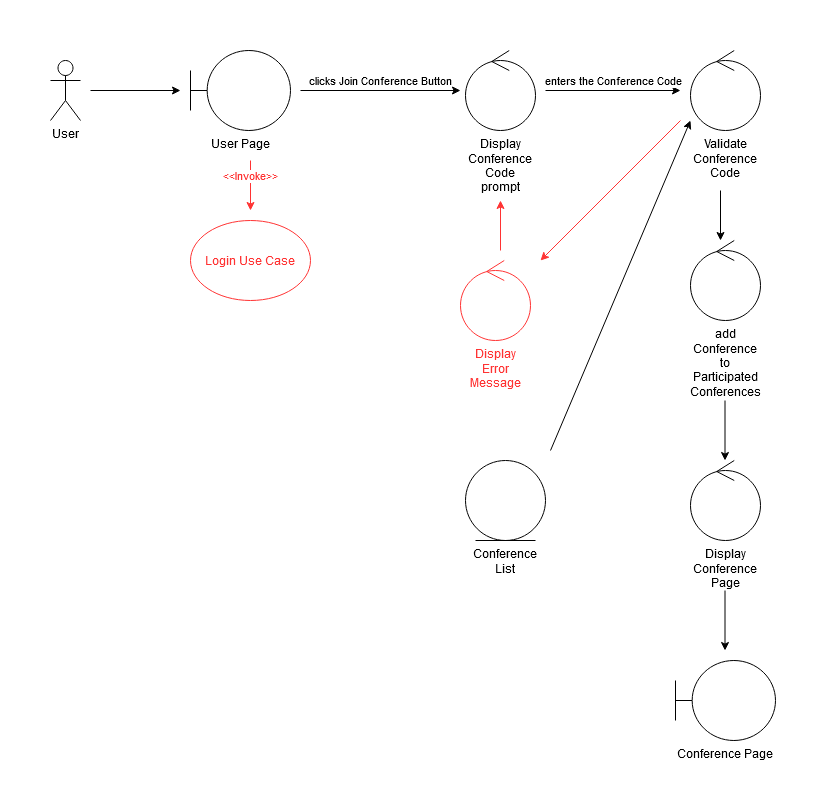
Johnfsaad/AIRoO keeps this draw.io diagram as Phase 2/Join Conference Use Case.png. Above is the earlier version. Source tidied: cells renumbered, new cells last; positions are measured from the earlier drawing's top-left corner, leaving out a move shared by most shapes.
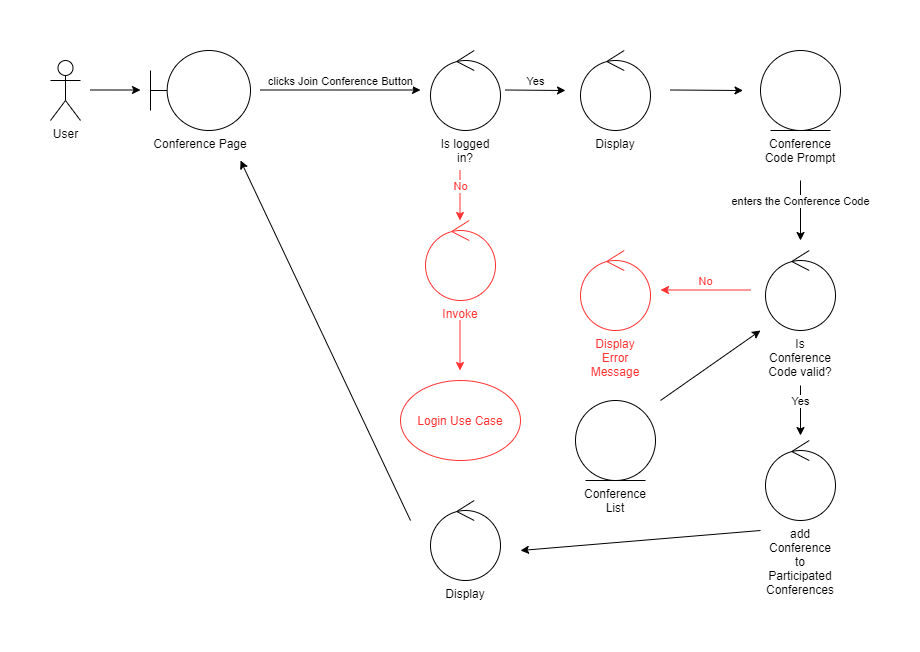
Later version of the same file.

Commit message:
Updated Join Conference Use Case

What changed in the source:
```diff
@@ -3,94 +3,112 @@
     <mxCell id="0" />
     <mxCell id="1" parent="0" />
     <mxCell id="2" value="&lt;div&gt;User&lt;/div&gt;" style="shape=umlActor;verticalLabelPosition=bottom;labelBackgroundColor=#ffffff;verticalAlign=top;html=1;" parent="1" vertex="1">
-      <mxGeometry y="10" width="30" height="60" as="geometry" />
+      <mxGeometry x="-40" y="10" width="30" height="60" as="geometry" />
     </mxCell>
     <mxCell id="3" value="&lt;div&gt;&lt;br&gt;&lt;/div&gt;" style="endArrow=classic;html=1;labelPosition=center;verticalLabelPosition=top;align=center;verticalAlign=bottom;" parent="1" edge="1">
       <mxGeometry relative="1" as="geometry">
-        <mxPoint x="40" y="40" as="sourcePoint" />
-        <mxPoint x="130" y="40" as="targetPoint" />
+        <mxPoint y="39.5" as="sourcePoint" />
+        <mxPoint x="50" y="39.5" as="targetPoint" />
       </mxGeometry>
     </mxCell>
-    <mxCell id="4" value="User Page" style="shape=umlBoundary;whiteSpace=wrap;html=1;labelPosition=center;verticalLabelPosition=bottom;align=center;verticalAlign=top;" parent="1" vertex="1">
-      <mxGeometry x="140" width="100" height="80" as="geometry" />
+    <mxCell id="4" value="Conference Page" style="shape=umlBoundary;whiteSpace=wrap;html=1;labelPosition=center;verticalLabelPosition=bottom;align=center;verticalAlign=top;" parent="1" vertex="1">
+      <mxGeometry x="60" width="100" height="80" as="geometry" />
     </mxCell>
     <mxCell id="5" value="clicks Join Conference Button" style="endArrow=classic;html=1;labelPosition=center;verticalLabelPosition=top;align=center;verticalAlign=bottom;" parent="1" edge="1">
       <mxGeometry relative="1" as="geometry">
-        <mxPoint x="250" y="40" as="sourcePoint" />
-        <mxPoint x="410" y="40" as="targetPoint" />
+        <mxPoint x="170" y="39.5" as="sourcePoint" />
+        <mxPoint x="330" y="39.5" as="targetPoint" />
       </mxGeometry>
     </mxCell>
-    <mxCell id="6" value="enters the Conference Code" style="endArrow=classic;html=1;labelPosition=center;verticalLabelPosition=top;align=center;verticalAlign=bottom;" parent="1" edge="1">
+    <mxCell id="6" style="endArrow=classic;html=1;labelPosition=center;verticalLabelPosition=top;align=center;verticalAlign=bottom;" parent="1" edge="1">
       <mxGeometry relative="1" as="geometry">
-        <mxPoint x="495" y="40" as="sourcePoint" />
-        <mxPoint x="630" y="40" as="targetPoint" />
+        <mxPoint x="580" y="39.5" as="sourcePoint" />
+        <mxPoint x="652.5" y="40" as="targetPoint" />
       </mxGeometry>
     </mxCell>
-    <mxCell id="7" value="Display Conference Code prompt" style="ellipse;shape=umlControl;whiteSpace=wrap;html=1;labelPosition=center;verticalLabelPosition=bottom;align=center;verticalAlign=top;" parent="1" vertex="1">
-      <mxGeometry x="415" width="70" height="80" as="geometry" />
+    <mxCell id="7" value="Display" style="ellipse;shape=umlControl;whiteSpace=wrap;html=1;labelPosition=center;verticalLabelPosition=bottom;align=center;verticalAlign=top;" parent="1" vertex="1">
+      <mxGeometry x="490" width="70" height="80" as="geometry" />
     </mxCell>
-    <mxCell id="8" value="Conference Page" style="shape=umlBoundary;whiteSpace=wrap;html=1;labelPosition=center;verticalLabelPosition=bottom;align=center;verticalAlign=top;" parent="1" vertex="1">
-      <mxGeometry x="625" y="610" width="100" height="80" as="geometry" />
-    </mxCell>
     <mxCell id="9" style="endArrow=classic;html=1;labelPosition=center;verticalLabelPosition=top;align=center;verticalAlign=bottom;" parent="1" edge="1">
       <mxGeometry relative="1" as="geometry">
-        <mxPoint x="674.5" y="540" as="sourcePoint" />
-        <mxPoint x="674.5" y="600" as="targetPoint" />
+        <mxPoint x="320" y="470" as="sourcePoint" />
+        <mxPoint x="150" y="110" as="targetPoint" />
       </mxGeometry>
     </mxCell>
-    <mxCell id="10" value="Validate Conference Code" style="ellipse;shape=umlControl;whiteSpace=wrap;html=1;labelPosition=center;verticalLabelPosition=bottom;align=center;verticalAlign=top;" parent="1" vertex="1">
-      <mxGeometry x="640" width="70" height="80" as="geometry" />
+    <mxCell id="10" value="Is Conference Code valid?" style="ellipse;shape=umlControl;whiteSpace=wrap;html=1;labelPosition=center;verticalLabelPosition=bottom;align=center;verticalAlign=top;" parent="1" vertex="1">
+      <mxGeometry x="675" y="200" width="70" height="80" as="geometry" />
     </mxCell>
     <mxCell id="11" value="Conference List" style="ellipse;shape=umlEntity;whiteSpace=wrap;html=1;labelPosition=center;verticalLabelPosition=bottom;align=center;verticalAlign=top;" parent="1" vertex="1">
-      <mxGeometry x="415" y="410" width="80" height="80" as="geometry" />
+      <mxGeometry x="485" y="350" width="80" height="80" as="geometry" />
     </mxCell>
     <mxCell id="12" style="endArrow=classic;html=1;labelPosition=center;verticalLabelPosition=top;align=center;verticalAlign=bottom;" parent="1" edge="1">
       <mxGeometry relative="1" as="geometry">
-        <mxPoint x="500" y="400" as="sourcePoint" />
-        <mxPoint x="640" y="70" as="targetPoint" />
+        <mxPoint x="570" y="350" as="sourcePoint" />
+        <mxPoint x="670" y="280" as="targetPoint" />
       </mxGeometry>
     </mxCell>
-    <mxCell id="13" style="endArrow=classic;html=1;labelPosition=center;verticalLabelPosition=top;align=center;verticalAlign=bottom;strokeColor=#FF3333;" parent="1" edge="1">
-      <mxGeometry relative="1" as="geometry">
-        <mxPoint x="630" y="70" as="sourcePoint" />
-        <mxPoint x="490" y="210" as="targetPoint" />
-      </mxGeometry>
-    </mxCell>
     <mxCell id="14" value="Display Error Message" style="ellipse;shape=umlControl;whiteSpace=wrap;html=1;labelPosition=center;verticalLabelPosition=bottom;align=center;verticalAlign=top;labelBorderColor=none;strokeColor=#FF3333;fontColor=#FF3333;" parent="1" vertex="1">
-      <mxGeometry x="410" y="210" width="70" height="80" as="geometry" />
+      <mxGeometry x="490" y="200" width="70" height="80" as="geometry" />
     </mxCell>
-    <mxCell id="15" style="endArrow=classic;html=1;labelPosition=center;verticalLabelPosition=top;align=center;verticalAlign=bottom;strokeColor=#FF3333;" parent="1" edge="1">
+    <mxCell id="15" value="&lt;font color=&quot;#ff3333&quot;&gt;No&lt;/font&gt;" style="endArrow=classic;html=1;labelPosition=center;verticalLabelPosition=top;align=center;verticalAlign=bottom;strokeColor=#FF3333;" parent="1" edge="1">
       <mxGeometry relative="1" as="geometry">
-        <mxPoint x="450" y="200" as="sourcePoint" />
-        <mxPoint x="450" y="150" as="targetPoint" />
+        <mxPoint x="660" y="239.5" as="sourcePoint" />
+        <mxPoint x="570" y="239.5" as="targetPoint" />
       </mxGeometry>
     </mxCell>
-    <mxCell id="16" style="endArrow=classic;html=1;labelPosition=center;verticalLabelPosition=top;align=center;verticalAlign=bottom;" parent="1" edge="1">
+    <mxCell id="16" value="Yes" style="endArrow=classic;html=1;labelPosition=center;verticalLabelPosition=top;align=center;verticalAlign=bottom;" parent="1" edge="1">
       <mxGeometry relative="1" as="geometry">
-        <mxPoint x="670" y="140" as="sourcePoint" />
-        <mxPoint x="670" y="190" as="targetPoint" />
+        <mxPoint x="710" y="335" as="sourcePoint" />
+        <mxPoint x="710" y="385" as="targetPoint" />
       </mxGeometry>
     </mxCell>
     <mxCell id="17" value="add Conference to Participated Conferences" style="ellipse;shape=umlControl;whiteSpace=wrap;html=1;labelPosition=center;verticalLabelPosition=bottom;align=center;verticalAlign=top;" parent="1" vertex="1">
-      <mxGeometry x="640" y="190" width="70" height="80" as="geometry" />
+      <mxGeometry x="675" y="390" width="70" height="80" as="geometry" />
     </mxCell>
     <mxCell id="18" style="endArrow=classic;html=1;labelPosition=center;verticalLabelPosition=top;align=center;verticalAlign=bottom;" parent="1" edge="1">
       <mxGeometry relative="1" as="geometry">
-        <mxPoint x="674.5" y="350" as="sourcePoint" />
-        <mxPoint x="674.5" y="410" as="targetPoint" />
+        <mxPoint x="670" y="480" as="sourcePoint" />
+        <mxPoint x="430" y="500" as="targetPoint" />
       </mxGeometry>
     </mxCell>
-    <mxCell id="19" value="Display Conference Page" style="ellipse;shape=umlControl;whiteSpace=wrap;html=1;labelPosition=center;verticalLabelPosition=bottom;align=center;verticalAlign=top;" parent="1" vertex="1">
-      <mxGeometry x="640" y="410" width="70" height="80" as="geometry" />
+    <mxCell id="19" value="Display" style="ellipse;shape=umlControl;whiteSpace=wrap;html=1;labelPosition=center;verticalLabelPosition=bottom;align=center;verticalAlign=top;" parent="1" vertex="1">
+      <mxGeometry x="340" y="450" width="70" height="80" as="geometry" />
     </mxCell>
-    <mxCell id="20" value="&lt;div&gt;&amp;lt;&amp;lt;Invoke&amp;gt;&amp;gt;&lt;br&gt;&lt;/div&gt;" style="endArrow=classic;html=1;labelPosition=center;verticalLabelPosition=top;align=center;verticalAlign=bottom;strokeColor=#FF3333;fontColor=#FF3333;" parent="1" edge="1">
+    <mxCell id="20" value="&lt;div&gt;No&lt;/div&gt;" style="endArrow=classic;html=1;labelPosition=center;verticalLabelPosition=top;align=center;verticalAlign=bottom;strokeColor=#FF3333;fontColor=#FF3333;" parent="1" edge="1">
       <mxGeometry relative="1" as="geometry">
-        <mxPoint x="200" y="110" as="sourcePoint" />
-        <mxPoint x="200" y="160" as="targetPoint" />
+        <mxPoint x="369.5" y="120" as="sourcePoint" />
+        <mxPoint x="369.5" y="170" as="targetPoint" />
       </mxGeometry>
     </mxCell>
     <mxCell id="21" value="Login Use Case" style="ellipse;whiteSpace=wrap;html=1;fontColor=#FF3333;strokeColor=#FF3333;" parent="1" vertex="1">
-      <mxGeometry x="140" y="170" width="120" height="80" as="geometry" />
+      <mxGeometry x="310" y="330" width="120" height="80" as="geometry" />
     </mxCell>
+    <mxCell id="22" value="&lt;font color=&quot;#ff3333&quot;&gt;Invoke&lt;/font&gt;" style="ellipse;shape=umlControl;whiteSpace=wrap;html=1;labelPosition=center;verticalLabelPosition=bottom;align=center;verticalAlign=top;strokeColor=#FF3333;" parent="1" vertex="1">
+      <mxGeometry x="335" y="170" width="70" height="80" as="geometry" />
+    </mxCell>
+    <mxCell id="23" value="&lt;div&gt;&lt;br&gt;&lt;/div&gt;" style="endArrow=classic;html=1;labelPosition=center;verticalLabelPosition=top;align=center;verticalAlign=bottom;strokeColor=#FF3333;fontColor=#FF3333;" parent="1" edge="1">
+      <mxGeometry relative="1" as="geometry">
+        <mxPoint x="369.5" y="270" as="sourcePoint" />
+        <mxPoint x="369.5" y="320" as="targetPoint" />
+      </mxGeometry>
+    </mxCell>
+    <mxCell id="24" value="Conference Code Prompt" style="ellipse;shape=umlEntity;whiteSpace=wrap;html=1;labelPosition=center;verticalLabelPosition=bottom;align=center;verticalAlign=top;" parent="1" vertex="1">
+      <mxGeometry x="670" width="80" height="80" as="geometry" />
+    </mxCell>
+    <mxCell id="25" value="enters the Conference Code" style="endArrow=classic;html=1;labelPosition=center;verticalLabelPosition=top;align=center;verticalAlign=bottom;" parent="1" edge="1">
+      <mxGeometry relative="1" as="geometry">
+        <mxPoint x="710" y="130" as="sourcePoint" />
+        <mxPoint x="710" y="190" as="targetPoint" />
+      </mxGeometry>
+    </mxCell>
+    <mxCell id="26" value="Is logged in?" style="ellipse;shape=umlControl;whiteSpace=wrap;html=1;labelPosition=center;verticalLabelPosition=bottom;align=center;verticalAlign=top;" parent="1" vertex="1">
+      <mxGeometry x="340" width="70" height="80" as="geometry" />
+    </mxCell>
+    <mxCell id="27" value="Yes" style="endArrow=classic;html=1;labelPosition=center;verticalLabelPosition=top;align=center;verticalAlign=bottom;" parent="1" edge="1">
+      <mxGeometry relative="1" as="geometry">
+        <mxPoint x="415" y="39.5" as="sourcePoint" />
+        <mxPoint x="475" y="40" as="targetPoint" />
+      </mxGeometry>
+    </mxCell>
   </root>
 </mxGraphModel>
```
